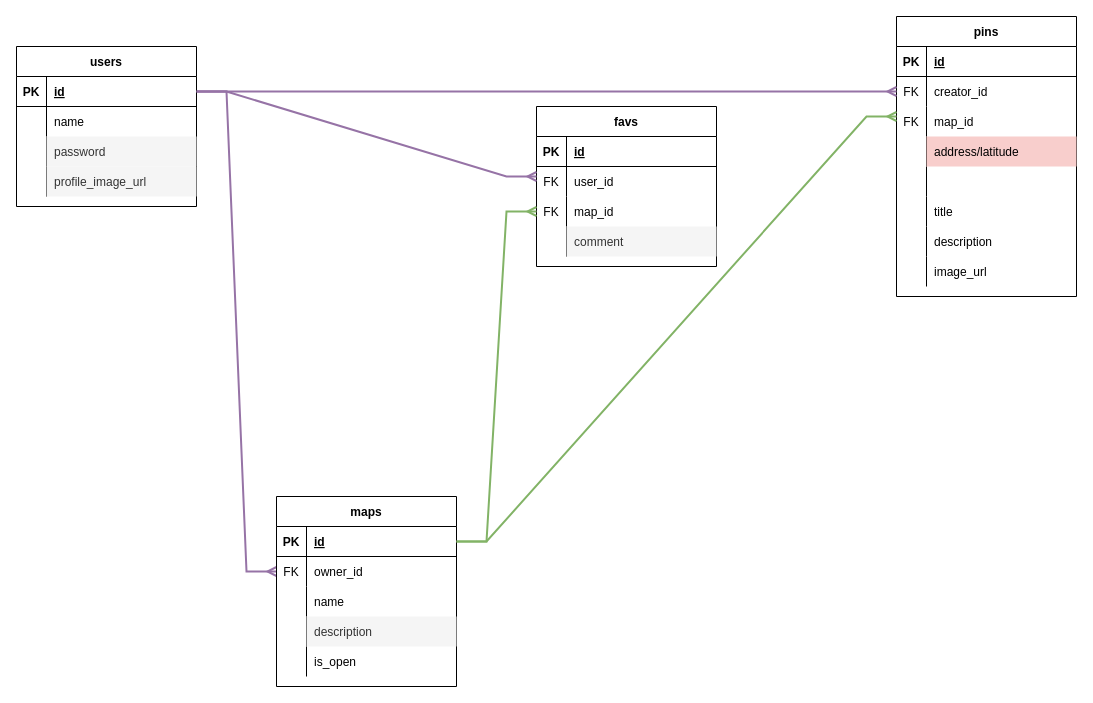
GraceWXT/wiki-map keeps this draw.io diagram as planning/wikimap_ERD.drawio. Above is the earlier version. Source tidied: cells renumbered, new cells numbered last; positions are measured from the earlier drawing's top-left corner, leaving out a move shared by most shapes. Both pictures are drawn from the tidied source at 100%, with x=0, y=0 at pixel (16, 16).
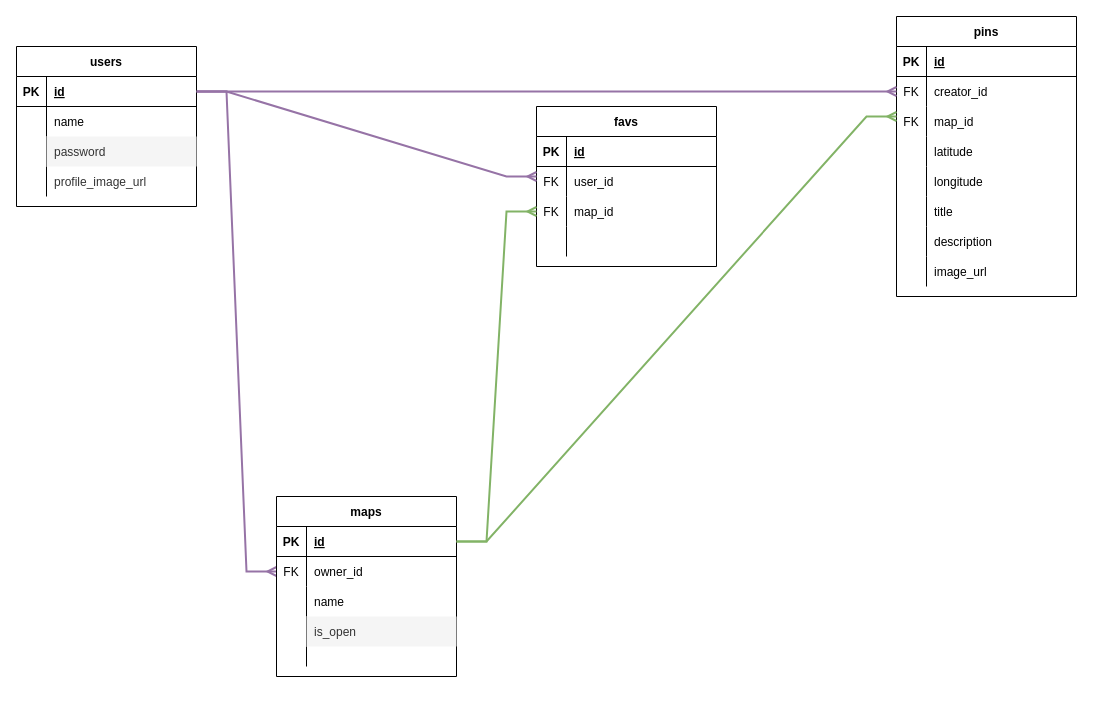
Above is the later version.

Commit message (it also covers changes not shown here):
Upload task-tree and .drawio files

The change refers to these unchanged cells:
```xml
<mxCell id="13" style="shape=tableRow;horizontal=0;startSize=0;swimlaneHead=0;swimlaneBody=0;fillColor=none;top=0;left=0;right=0;bottom=0;" parent="3" vertex="1">
  <mxGeometry y="120" width="180" height="30" as="geometry" />
</mxCell>
<mxCell id="42" style="shape=tableRow;horizontal=0;startSize=0;swimlaneHead=0;swimlaneBody=0;fillColor=none;top=0;left=0;right=0;bottom=0;" parent="32" vertex="1">
  <mxGeometry y="120" width="180" height="30" as="geometry" />
</mxCell>
<mxCell id="55" style="shape=tableRow;horizontal=0;startSize=0;swimlaneHead=0;swimlaneBody=0;fillColor=none;top=0;left=0;right=0;bottom=0;" parent="45" vertex="1">
  <mxGeometry y="120" width="180" height="30" as="geometry" />
</mxCell>
<mxCell id="58" style="shape=tableRow;horizontal=0;startSize=0;swimlaneHead=0;swimlaneBody=0;fillColor=none;top=0;left=0;right=0;bottom=0;" parent="45" vertex="1">
  <mxGeometry y="150" width="180" height="30" as="geometry" />
</mxCell>
```

What changed in the source:
```diff
@@
-    <mxCell id="15" value="profile_image_url" style="shape=partialRectangle;fillColor=#f5f5f5;top=0;left=0;bottom=0;right=0;align=left;spacingLeft=6;overflow=hidden;fontColor=#333333;strokeColor=#666666;" parent="13" vertex="1">
+    <mxCell id="15" value="profile_image_url" style="shape=partialRectangle;fillColor=none;top=0;left=0;bottom=0;right=0;align=left;spacingLeft=6;overflow=hidden;fontColor=#333333;strokeColor=#666666;" parent="13" vertex="1">
       <mxGeometry x="30" width="150" height="30" as="geometry" />
     </mxCell>
     <mxCell id="16" value="maps" style="shape=table;startSize=30;childLayout=tableLayout;rowLines=0;fontStyle=1;align=center;" parent="1" vertex="1">
-      <mxGeometry x="260" y="480" width="180" height="190" as="geometry" />
+      <mxGeometry x="260" y="480" width="180" height="180" as="geometry" />
     </mxCell>
@@
+    <mxCell id="29" style="shape=tableRow;horizontal=0;startSize=0;swimlaneHead=0;swimlaneBody=0;fillColor=none;top=0;left=0;right=0;bottom=0;" parent="16" vertex="1">
+      <mxGeometry y="120" width="180" height="30" as="geometry" />
+    </mxCell>
+    <mxCell id="30" style="shape=partialRectangle;fillColor=none;top=0;left=0;bottom=0;right=0;overflow=hidden;" parent="29" vertex="1">
+      <mxGeometry width="30" height="30" as="geometry" />
+    </mxCell>
+    <mxCell id="31" value="is_open" style="shape=partialRectangle;fillColor=#f5f5f5;top=0;left=0;bottom=0;right=0;align=left;spacingLeft=6;overflow=hidden;fontColor=#333333;strokeColor=#666666;" parent="29" vertex="1">
+      <mxGeometry x="30" width="150" height="30" as="geometry" />
+    </mxCell>
     <mxCell id="26" style="shape=tableRow;horizontal=0;startSize=0;swimlaneHead=0;swimlaneBody=0;fillColor=none;top=0;left=0;right=0;bottom=0;" parent="16" vertex="1">
-      <mxGeometry y="120" width="180" height="30" as="geometry" />
+      <mxGeometry y="150" width="180" height="20" as="geometry" />
     </mxCell>
     <mxCell id="27" style="shape=partialRectangle;fillColor=none;top=0;left=0;bottom=0;right=0;overflow=hidden;" parent="26" vertex="1">
-      <mxGeometry width="30" height="30" as="geometry" />
+      <mxGeometry width="30" height="20" as="geometry" />
     </mxCell>
-    <mxCell id="28" value="description" style="shape=partialRectangle;fillColor=#f5f5f5;top=0;left=0;bottom=0;right=0;align=left;spacingLeft=6;overflow=hidden;fontColor=#333333;strokeColor=#666666;" parent="26" vertex="1">
-      <mxGeometry x="30" width="150" height="30" as="geometry" />
+    <mxCell id="28" style="shape=partialRectangle;fillColor=none;top=0;left=0;bottom=0;right=0;align=left;spacingLeft=6;overflow=hidden;fontColor=#333333;strokeColor=#666666;" parent="26" vertex="1">
+      <mxGeometry x="30" width="150" height="20" as="geometry" />
     </mxCell>
-    <mxCell id="29" style="shape=tableRow;horizontal=0;startSize=0;swimlaneHead=0;swimlaneBody=0;fillColor=none;top=0;left=0;right=0;bottom=0;" parent="16" vertex="1">
-      <mxGeometry y="150" width="180" height="30" as="geometry" />
-    </mxCell>
-    <mxCell id="30" style="shape=partialRectangle;fillColor=none;top=0;left=0;bottom=0;right=0;overflow=hidden;" parent="29" vertex="1">
-      <mxGeometry width="30" height="30" as="geometry" />
-    </mxCell>
-    <mxCell id="31" value="is_open" style="shape=partialRectangle;fillColor=none;top=0;left=0;bottom=0;right=0;align=left;spacingLeft=6;overflow=hidden;" parent="29" vertex="1">
-      <mxGeometry x="30" width="150" height="30" as="geometry" />
-    </mxCell>
@@
-    <mxCell id="44" value="comment" style="shape=partialRectangle;fillColor=#f5f5f5;top=0;left=0;bottom=0;right=0;align=left;spacingLeft=6;overflow=hidden;fontColor=#333333;strokeColor=#666666;" parent="42" vertex="1">
+    <mxCell id="44" style="shape=partialRectangle;fillColor=none;top=0;left=0;bottom=0;right=0;align=left;spacingLeft=6;overflow=hidden;fontColor=#333333;strokeColor=#666666;" parent="42" vertex="1">
       <mxGeometry x="30" width="150" height="30" as="geometry" />
     </mxCell>
@@
-    <mxCell id="57" value="address/latitude" style="shape=partialRectangle;fillColor=#f8cecc;top=0;left=0;bottom=0;right=0;align=left;spacingLeft=6;overflow=hidden;strokeColor=#b85450;" parent="55" vertex="1">
+    <mxCell id="57" value="latitude" style="shape=partialRectangle;top=0;left=0;bottom=0;right=0;align=left;spacingLeft=6;overflow=hidden;fillColor=none;" parent="55" vertex="1">
       <mxGeometry x="30" width="150" height="30" as="geometry" />
     </mxCell>
@@
-    <mxCell id="60" style="shape=partialRectangle;fillColor=none;top=0;left=0;bottom=0;right=0;align=left;spacingLeft=6;overflow=hidden;" parent="58" vertex="1">
+    <mxCell id="60" value="longitude" style="shape=partialRectangle;fillColor=none;top=0;left=0;bottom=0;right=0;align=left;spacingLeft=6;overflow=hidden;" parent="58" vertex="1">
       <mxGeometry x="30" width="150" height="30" as="geometry" />
     </mxCell>
```
